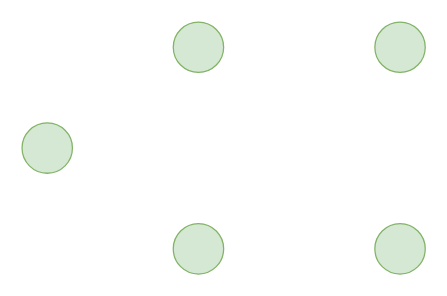
Above: Dijktras.drawio in mahendra49/draw-io (draw.io), before the change. Source tidied: cells renumbered, new cells numbered last; positions are measured from the earlier drawing's top-left corner, leaving out a move shared by most shapes. Both pictures are drawn from the tidied source at 126%, with x=0, y=0 at pixel (21, 21).
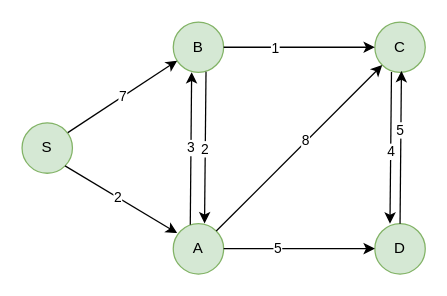
The same diagram, later.

Change to the diagram source:
```diff
@@
-    <mxCell id="2" style="ellipse;whiteSpace=wrap;html=1;fillColor=#d5e8d4;strokeColor=#82b366;" parent="1" vertex="1">
+    <mxCell id="2" value="S" style="ellipse;whiteSpace=wrap;html=1;fillColor=#d5e8d4;strokeColor=#82b366;" parent="1" vertex="1">
       <mxGeometry y="80" width="40" height="40" as="geometry" />
     </mxCell>
-    <mxCell id="3" style="ellipse;whiteSpace=wrap;html=1;fillColor=#d5e8d4;strokeColor=#82b366;" parent="1" vertex="1">
+    <mxCell id="3" value="B" style="ellipse;whiteSpace=wrap;html=1;fillColor=#d5e8d4;strokeColor=#82b366;" parent="1" vertex="1">
       <mxGeometry x="120" width="40" height="40" as="geometry" />
     </mxCell>
-    <mxCell id="4" style="ellipse;whiteSpace=wrap;html=1;fillColor=#d5e8d4;strokeColor=#82b366;" parent="1" vertex="1">
+    <mxCell id="4" value="A" style="ellipse;whiteSpace=wrap;html=1;fillColor=#d5e8d4;strokeColor=#82b366;" parent="1" vertex="1">
       <mxGeometry x="120" y="160" width="40" height="40" as="geometry" />
     </mxCell>
-    <mxCell id="5" style="ellipse;whiteSpace=wrap;html=1;fillColor=#d5e8d4;strokeColor=#82b366;" parent="1" vertex="1">
+    <mxCell id="5" value="C" style="ellipse;whiteSpace=wrap;html=1;fillColor=#d5e8d4;strokeColor=#82b366;" parent="1" vertex="1">
       <mxGeometry x="280" width="40" height="40" as="geometry" />
     </mxCell>
-    <mxCell id="6" style="ellipse;whiteSpace=wrap;html=1;fillColor=#d5e8d4;strokeColor=#82b366;" parent="1" vertex="1">
+    <mxCell id="6" value="D" style="ellipse;whiteSpace=wrap;html=1;fillColor=#d5e8d4;strokeColor=#82b366;" parent="1" vertex="1">
       <mxGeometry x="280" y="160" width="40" height="40" as="geometry" />
     </mxCell>
+    <mxCell id="7" value="7" style="endArrow=classic;html=1;rounded=0;entryX=0.079;entryY=0.766;entryDx=0;entryDy=0;entryPerimeter=0;exitX=0.908;exitY=0.194;exitDx=0;exitDy=0;exitPerimeter=0;" parent="1" edge="1" source="2" target="3">
+      <mxGeometry relative="1" as="geometry" />
+    </mxCell>
+    <mxCell id="8" style="endArrow=classic;html=1;rounded=0;entryX=0.078;entryY=0.188;entryDx=0;entryDy=0;entryPerimeter=0;exitX=1;exitY=1;exitDx=0;exitDy=0;" parent="1" edge="1" source="2" target="4">
+      <mxGeometry relative="1" as="geometry" />
+    </mxCell>
+    <mxCell id="9" value="2" style="edgeLabel;html=1;align=center;verticalAlign=middle;" parent="8" vertex="1">
+      <mxGeometry x="-0.07" relative="1" as="geometry" />
+    </mxCell>
+    <mxCell id="10" style="endArrow=classic;html=1;rounded=0;exitX=0.65;exitY=0.988;exitDx=0;exitDy=0;exitPerimeter=0;entryX=0.621;entryY=-0.005;entryDx=0;entryDy=0;entryPerimeter=0;" parent="1" edge="1" source="3" target="4">
+      <mxGeometry relative="1" as="geometry" />
+    </mxCell>
+    <mxCell id="11" value="2" style="edgeLabel;html=1;align=center;verticalAlign=middle;" parent="10" vertex="1">
+      <mxGeometry x="0.01" y="-1" relative="1" as="geometry" />
+    </mxCell>
+    <mxCell id="12" style="endArrow=classic;html=1;rounded=0;entryX=0.365;entryY=0.994;entryDx=0;entryDy=0;entryPerimeter=0;exitX=0.338;exitY=0.024;exitDx=0;exitDy=0;exitPerimeter=0;" parent="1" edge="1" source="4" target="3">
+      <mxGeometry relative="1" as="geometry" />
+    </mxCell>
+    <mxCell id="13" value="3" style="edgeLabel;html=1;align=center;verticalAlign=middle;" parent="12" vertex="1">
+      <mxGeometry x="0.01" y="1" relative="1" as="geometry" />
+    </mxCell>
+    <mxCell id="14" style="endArrow=classic;html=1;rounded=0;entryX=0;entryY=0.5;entryDx=0;entryDy=0;exitX=1;exitY=0.5;exitDx=0;exitDy=0;" parent="1" edge="1" source="3" target="5">
+      <mxGeometry relative="1" as="geometry" />
+    </mxCell>
+    <mxCell id="15" value="1" style="edgeLabel;html=1;align=center;verticalAlign=middle;" parent="14" vertex="1">
+      <mxGeometry x="-0.33" relative="1" as="geometry" />
+    </mxCell>
+    <mxCell id="16" style="endArrow=classic;html=1;rounded=0;entryX=0;entryY=0.5;entryDx=0;entryDy=0;exitX=1;exitY=0.5;exitDx=0;exitDy=0;" parent="1" edge="1">
+      <mxGeometry relative="1" as="geometry">
+        <mxPoint x="160" y="179.8" as="sourcePoint" />
+        <mxPoint x="280" y="179.8" as="targetPoint" />
+      </mxGeometry>
+    </mxCell>
+    <mxCell id="17" value="5" style="edgeLabel;html=1;align=center;verticalAlign=middle;" parent="16" vertex="1">
+      <mxGeometry x="-0.3" relative="1" as="geometry" />
+    </mxCell>
+    <mxCell id="18" style="endArrow=classic;html=1;rounded=0;exitX=1;exitY=0;exitDx=0;exitDy=0;entryX=0;entryY=1;entryDx=0;entryDy=0;" parent="1" edge="1" source="4" target="5">
+      <mxGeometry relative="1" as="geometry" />
+    </mxCell>
+    <mxCell id="19" value="8" style="edgeLabel;html=1;align=center;verticalAlign=middle;" parent="18" vertex="1">
+      <mxGeometry x="0.08" y="1" relative="1" as="geometry" />
+    </mxCell>
+    <mxCell id="20" style="endArrow=classic;html=1;rounded=0;exitX=0.65;exitY=0.988;exitDx=0;exitDy=0;exitPerimeter=0;entryX=0.621;entryY=-0.005;entryDx=0;entryDy=0;entryPerimeter=0;" parent="1" edge="1">
+      <mxGeometry relative="1" as="geometry">
+        <mxPoint x="293.2" y="39.7" as="sourcePoint" />
+        <mxPoint x="292" y="160" as="targetPoint" />
+      </mxGeometry>
+    </mxCell>
+    <mxCell id="21" value="4" style="edgeLabel;html=1;align=center;verticalAlign=middle;" parent="20" vertex="1">
+      <mxGeometry x="0.05" relative="1" as="geometry" />
+    </mxCell>
+    <mxCell id="22" style="endArrow=classic;html=1;rounded=0;entryX=0.365;entryY=0.994;entryDx=0;entryDy=0;entryPerimeter=0;exitX=0.338;exitY=0.024;exitDx=0;exitDy=0;exitPerimeter=0;" parent="1" edge="1">
+      <mxGeometry relative="1" as="geometry">
+        <mxPoint x="300" y="160" as="sourcePoint" />
+        <mxPoint x="301.1" y="38.8" as="targetPoint" />
+      </mxGeometry>
+    </mxCell>
+    <mxCell id="23" value="5" style="edgeLabel;html=1;align=center;verticalAlign=middle;" parent="22" vertex="1">
+      <mxGeometry x="0.22" y="1" relative="1" as="geometry" />
+    </mxCell>
```
